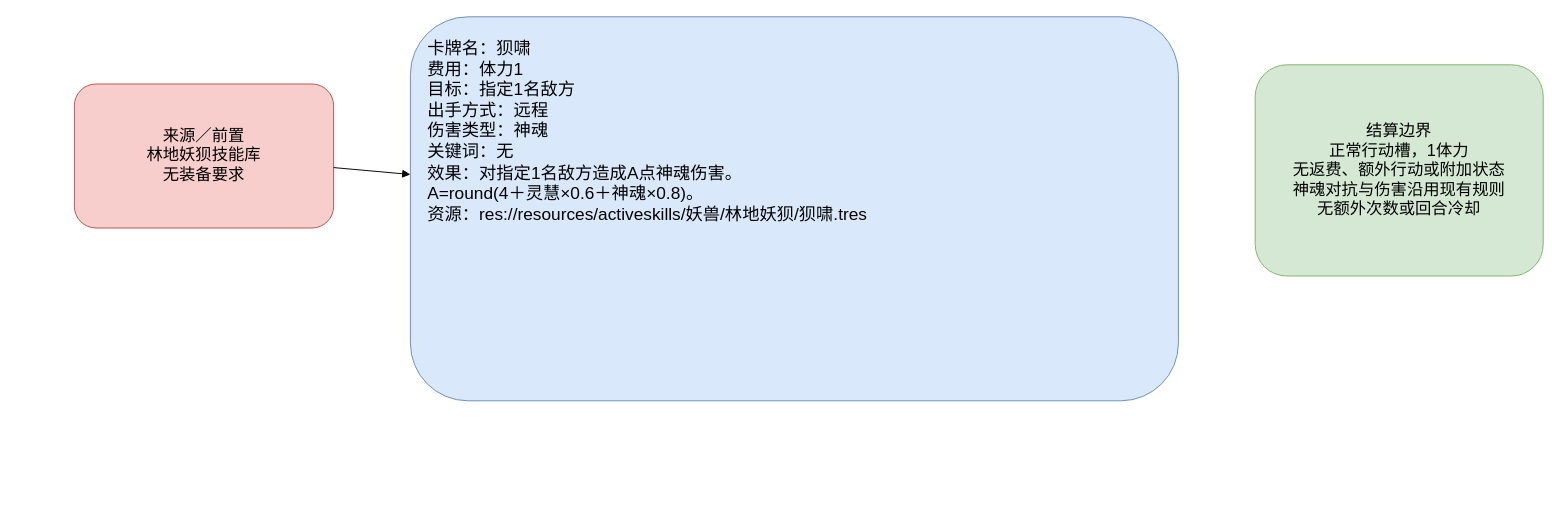
Earlier version of the draw.io diagram page "狈啸" (1 of 2) of docs/卡牌词典/妖兽/林地妖狈/狈啸.drawio (ankundanetracyc-spec/tian-guan-you-du). Source tidied: cells renumbered, new cells numbered last; positions are measured from the earlier drawing's top-left corner, leaving out a move shared by most shapes. Both pictures are drawn from the tidied source at 96%, with x=0, y=0 at pixel (74, 16).
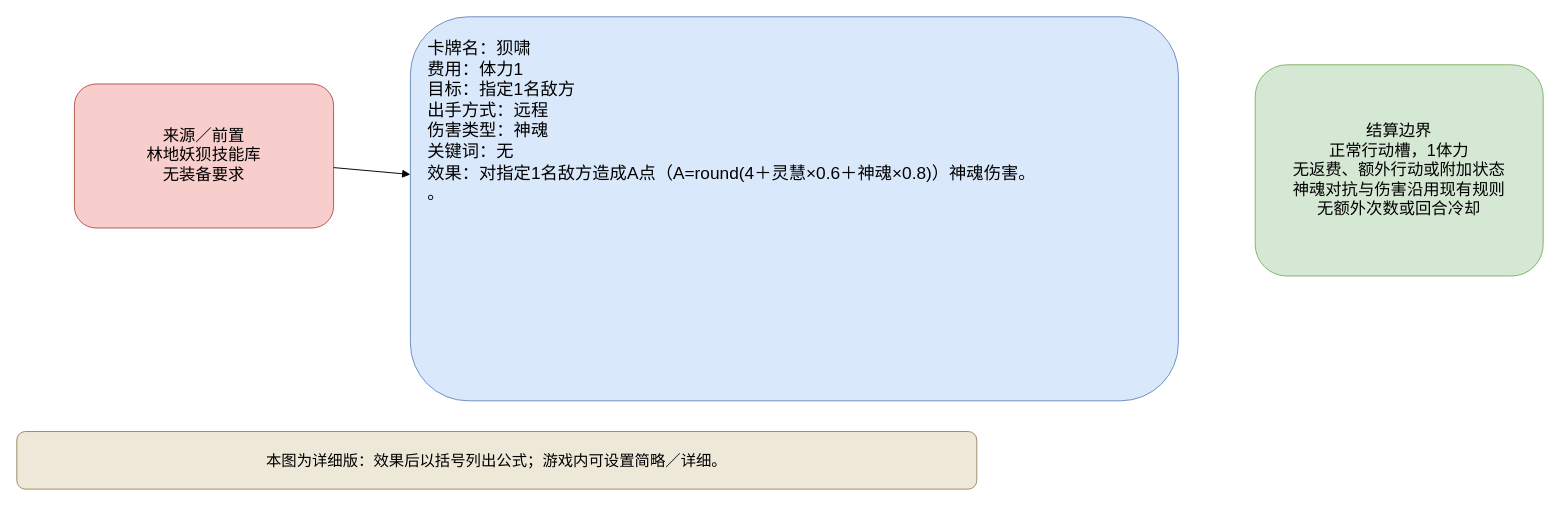
The same page after the edit.

Change to the diagram source:
```diff
@@
 <mxGraphModel>
   <root>
     <mxCell id="0" />
     <mxCell id="1" parent="0" />
-    <mxCell id="2" value="卡牌名：狈啸&lt;br&gt;费用：体力1&lt;br&gt;目标：指定1名敌方&lt;br&gt;出手方式：远程&lt;br&gt;伤害类型：神魂&lt;br&gt;关键词：无&lt;br&gt;效果：对指定1名敌方造成A点神魂伤害。&lt;br&gt;A=round(4＋灵慧×0.6＋神魂×0.8)。&lt;br&gt;资源：res://resources/activeskills/妖兽/林地妖狈/狈啸.tres" style="rounded=1;whiteSpace=wrap;html=1;fillColor=#dae8fc;strokeColor=#6c8ebf;fontSize=18;align=left;verticalAlign=top;spacing=18;" parent="1" vertex="1">
+    <mxCell id="2" value="卡牌名：狈啸&#10;费用：体力1&#10;目标：指定1名敌方&#10;出手方式：远程&#10;伤害类型：神魂&#10;关键词：无&#10;效果：对指定1名敌方造成A点（A=round(4＋灵慧×0.6＋神魂×0.8)）神魂伤害。&#10;。" style="rounded=1;whiteSpace=wrap;html=1;fillColor=#dae8fc;strokeColor=#6c8ebf;fontSize=18;align=left;verticalAlign=top;spacing=18;" parent="1" vertex="1">
       <mxGeometry x="350" width="800" height="400" as="geometry" />
     </mxCell>
     <mxCell id="3" value="来源／前置&#10;林地妖狈技能库&#10;无装备要求" style="rounded=1;whiteSpace=wrap;html=1;fillColor=#f8cecc;strokeColor=#b85450;fontSize=17;" parent="1" vertex="1">
       <mxGeometry y="70" width="270" height="150" as="geometry" />
     </mxCell>
     <mxCell id="4" value="结算边界&#10;正常行动槽，1体力&#10;无返费、额外行动或附加状态&#10;神魂对抗与伤害沿用现有规则&#10;无额外次数或回合冷却" style="rounded=1;whiteSpace=wrap;html=1;fillColor=#d5e8d4;strokeColor=#82b366;fontSize=17;" parent="1" vertex="1">
       <mxGeometry x="1230" y="50" width="300" height="220" as="geometry" />
     </mxCell>
     <mxCell id="5" style="endArrow=block;" parent="1" edge="1" source="3" target="2">
       <mxGeometry relative="1" as="geometry" />
     </mxCell>
+    <mxCell id="6" value="本图为详细版：效果后以括号列出公式；游戏内可设置简略／详细。" style="rounded=1;whiteSpace=wrap;html=1;fillColor=#eee8d8;strokeColor=#9a8967;fontSize=16;" parent="1" vertex="1">
+      <mxGeometry x="-60" y="432" width="1000" height="60" as="geometry" />
+    </mxCell>
   </root>
 </mxGraphModel>
```
